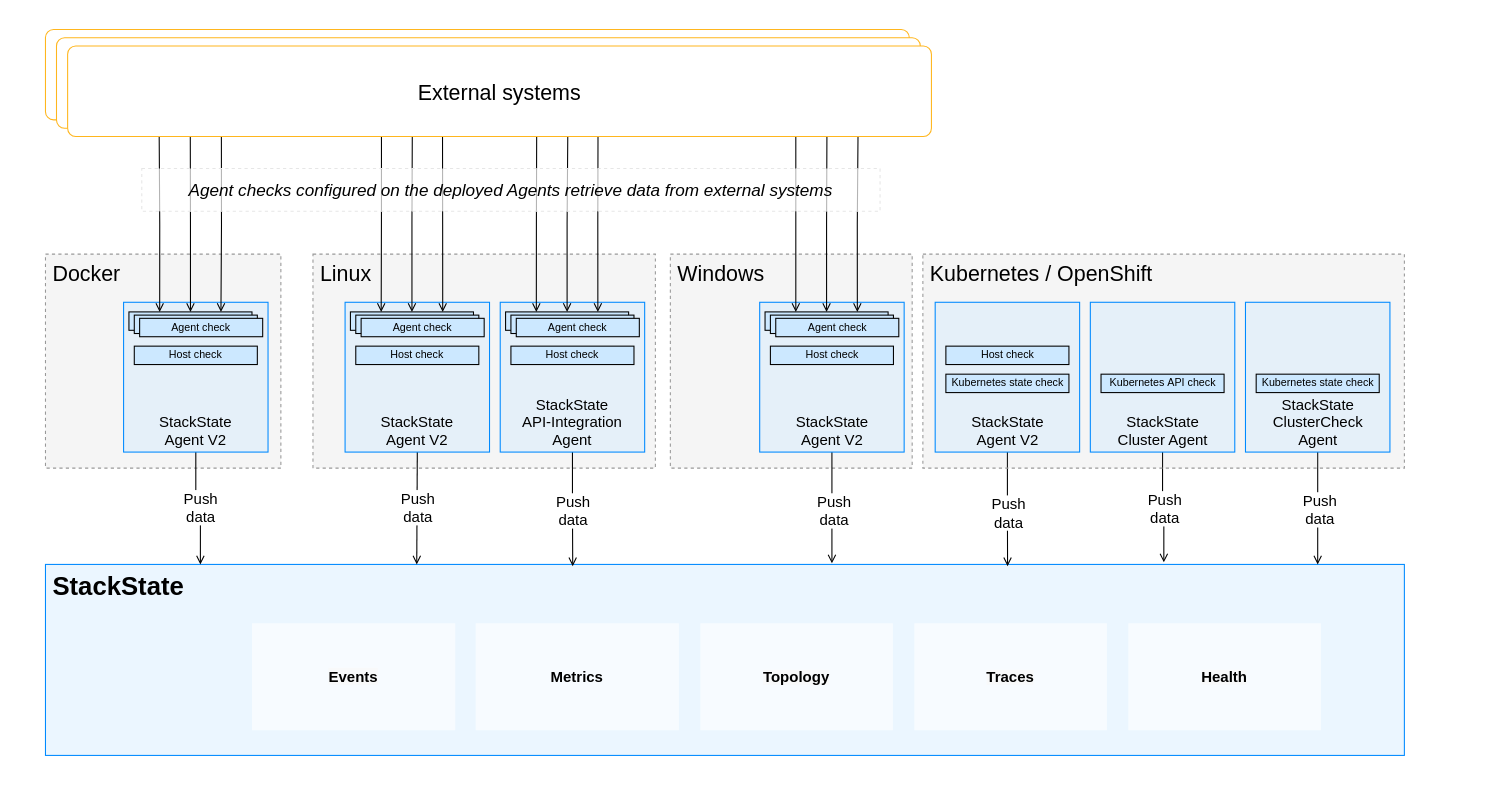
This is resources/drawio/stackstate-agent-concept.drawio from StackVista/stackstate-docs, a draw.io file, before an edit. Source tidied: cells renumbered, new cells numbered last; positions are measured from the earlier drawing's top-left corner, leaving out a move shared by most shapes. Both pictures are drawn from the tidied source at 107%, with x=0, y=0 at pixel (18, 18).
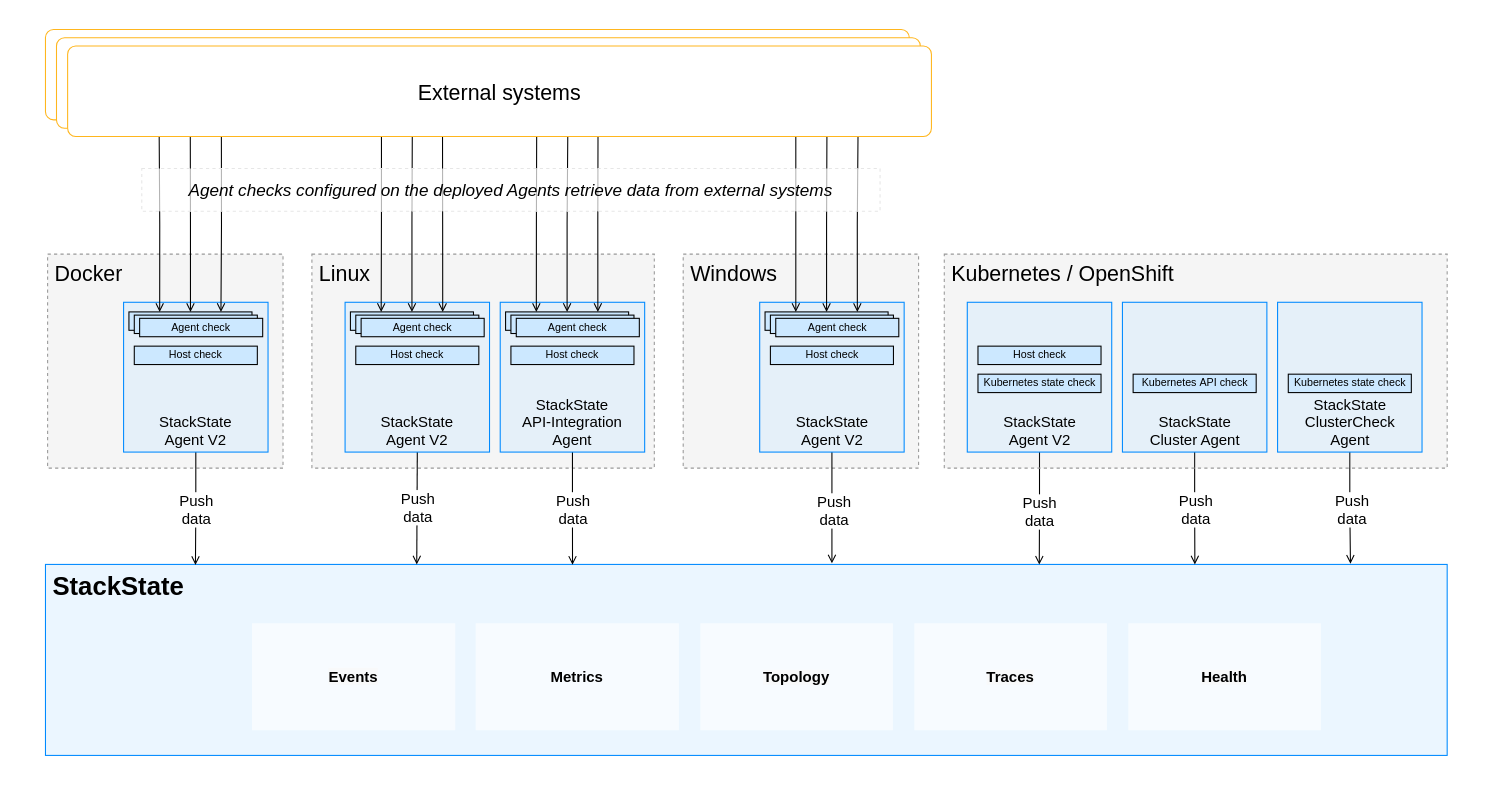
After the change.

The change refers to these unchanged cells:
```xml
<mxCell id="23" value="&lt;span style=&quot;font-size: 14px ; font-style: normal&quot;&gt;StackState&lt;br&gt;API-Integration Agent&lt;/span&gt;" style="rounded=0;whiteSpace=wrap;html=1;strokeWidth=1;strokeColor=#008AFF;fontStyle=2;fillColor=#CCE8FF;fillOpacity=40;verticalAlign=bottom;" parent="1" vertex="1">
  <mxGeometry x="450" y="265" width="135" height="140" as="geometry" />
</mxCell>
<mxCell id="26" value="&lt;span style=&quot;font-style: normal&quot;&gt;&lt;font style=&quot;font-size: 14px&quot;&gt;StackState&lt;br&gt;Agent V2&lt;/font&gt;&lt;/span&gt;" style="rounded=0;whiteSpace=wrap;html=1;strokeWidth=1;strokeColor=#008AFF;fontStyle=2;fillColor=#CCE8FF;fillOpacity=40;verticalAlign=bottom;" parent="1" vertex="1">
  <mxGeometry x="98" y="265" width="135" height="140" as="geometry" />
</mxCell>
```

What changed in the source:
```diff
@@
     <mxCell id="2" style="shape=ext;double=1;rounded=0;whiteSpace=wrap;html=1;strokeWidth=1;fillColor=#FFFFFF;strokeColor=none;" parent="1" vertex="1">
-      <mxGeometry width="1315" height="720" as="geometry" />
+      <mxGeometry width="1365" height="720" as="geometry" />
     </mxCell>
     <mxCell id="3" value="&lt;span style=&quot;font-style: normal&quot;&gt;&lt;font style=&quot;font-size: 24px&quot;&gt;&lt;b&gt;StackState&lt;/b&gt;&lt;/font&gt;&lt;br&gt;&lt;/span&gt;" style="rounded=0;whiteSpace=wrap;html=1;strokeWidth=1;strokeColor=#008AFF;fontStyle=2;fillColor=#CCE8FF;fillOpacity=40;verticalAlign=top;align=left;snapToPoint=0;labelPadding=0;spacingLeft=5;" parent="1" vertex="1">
-      <mxGeometry x="25" y="510" width="1270" height="178.5" as="geometry" />
+      <mxGeometry x="25" y="510" width="1310" height="178.5" as="geometry" />
     </mxCell>
@@
     <mxCell id="12" value="&lt;font style=&quot;font-size: 20px&quot;&gt;Docker&lt;/font&gt;" style="rounded=0;whiteSpace=wrap;html=1;align=left;arcSize=9;verticalAlign=top;strokeColor=#999999;dashed=1;fillColor=#999999;fillOpacity=10;spacingTop=0;spacingLeft=5;" parent="1" vertex="1">
-      <mxGeometry x="25" y="220" width="220" height="200" as="geometry" />
+      <mxGeometry x="27" y="220" width="220" height="200" as="geometry" />
     </mxCell>
     <mxCell id="13" value="&lt;font style=&quot;font-size: 20px&quot;&gt;Linux&lt;/font&gt;" style="rounded=0;whiteSpace=wrap;html=1;align=left;arcSize=9;verticalAlign=top;strokeColor=#999999;dashed=1;fillColor=#999999;fillOpacity=10;spacingTop=0;spacingLeft=5;" parent="1" vertex="1">
-      <mxGeometry x="275" y="220" width="320" height="200" as="geometry" />
+      <mxGeometry x="274" y="220" width="320" height="200" as="geometry" />
     </mxCell>
     <mxCell id="14" value="&lt;font style=&quot;font-size: 20px&quot;&gt;Windows&lt;/font&gt;" style="rounded=0;whiteSpace=wrap;html=1;align=left;arcSize=9;verticalAlign=top;strokeColor=#999999;dashed=1;fillColor=#999999;fillOpacity=10;spacingTop=0;spacingLeft=5;" parent="1" vertex="1">
-      <mxGeometry x="609" y="220" width="226" height="200" as="geometry" />
+      <mxGeometry x="621" y="220" width="220" height="200" as="geometry" />
     </mxCell>
@@
-    <mxCell id="21" style="edgeStyle=orthogonalEdgeStyle;rounded=0;jettySize=auto;html=1;entryX=0.388;entryY=0.009;entryDx=0;entryDy=0;entryPerimeter=0;endArrow=open;endFill=0;" parent="1" edge="1" source="23" target="3">
+    <mxCell id="21" style="edgeStyle=orthogonalEdgeStyle;rounded=0;jettySize=auto;html=1;entryX=0.376;entryY=0.002;entryDx=0;entryDy=0;entryPerimeter=0;endArrow=open;endFill=0;" parent="1" edge="1" source="23" target="3">
       <mxGeometry relative="1" as="geometry" />
     </mxCell>
@@
-    <mxCell id="24" style="edgeStyle=orthogonalEdgeStyle;rounded=0;jettySize=auto;html=1;entryX=0.114;entryY=0;entryDx=0;entryDy=0;entryPerimeter=0;endArrow=open;endFill=0;" parent="1" edge="1" source="26" target="3">
+    <mxCell id="24" style="edgeStyle=orthogonalEdgeStyle;rounded=0;jettySize=auto;html=1;endArrow=open;endFill=0;entryX=0.107;entryY=0.003;entryDx=0;entryDy=0;entryPerimeter=0;" parent="1" edge="1" source="26" target="3">
       <mxGeometry relative="1" as="geometry" />
     </mxCell>
@@
-    <mxCell id="27" style="edgeStyle=orthogonalEdgeStyle;rounded=0;jettySize=auto;html=1;entryX=0.708;entryY=0.009;entryDx=0;entryDy=0;entryPerimeter=0;endArrow=open;endFill=0;" parent="1" edge="1" source="47" target="3">
+    <mxCell id="27" style="edgeStyle=orthogonalEdgeStyle;rounded=0;jettySize=auto;html=1;entryX=0.709;entryY=0.001;entryDx=0;entryDy=0;entryPerimeter=0;endArrow=open;endFill=0;" parent="1" edge="1" source="47" target="3">
       <mxGeometry relative="1" as="geometry" />
     </mxCell>
@@
-    <mxCell id="29" style="edgeStyle=orthogonalEdgeStyle;rounded=0;jettySize=auto;html=1;exitX=0.5;exitY=1;exitDx=0;exitDy=0;entryX=0.823;entryY=-0.011;entryDx=0;entryDy=0;entryPerimeter=0;endArrow=open;endFill=0;" parent="1" edge="1" source="48" target="3">
+    <mxCell id="29" style="edgeStyle=orthogonalEdgeStyle;rounded=0;jettySize=auto;html=1;exitX=0.5;exitY=1;exitDx=0;exitDy=0;entryX=0.82;entryY=0;entryDx=0;entryDy=0;entryPerimeter=0;endArrow=open;endFill=0;" parent="1" edge="1" source="48" target="3">
       <mxGeometry relative="1" as="geometry" />
     </mxCell>
@@
-    <mxCell id="31" style="edgeStyle=orthogonalEdgeStyle;rounded=0;jettySize=auto;html=1;endArrow=open;endFill=0;" parent="1" edge="1" source="49">
-      <mxGeometry relative="1" as="geometry">
-        <mxPoint x="1214" y="510" as="targetPoint" />
-      </mxGeometry>
+    <mxCell id="31" style="edgeStyle=orthogonalEdgeStyle;rounded=0;jettySize=auto;html=1;endArrow=open;endFill=0;entryX=0.931;entryY=-0.004;entryDx=0;entryDy=0;entryPerimeter=0;" parent="1" edge="1" source="49" target="3">
+      <mxGeometry relative="1" as="geometry" />
     </mxCell>
@@
     <mxCell id="33" value="&lt;font style=&quot;font-size: 20px&quot;&gt;Kubernetes / OpenShift&lt;/font&gt;" style="rounded=0;whiteSpace=wrap;html=1;align=left;arcSize=9;verticalAlign=top;strokeColor=#999999;dashed=1;fillColor=#999999;fillOpacity=10;spacingTop=0;spacingLeft=5;" parent="1" vertex="1">
-      <mxGeometry x="845" y="220" width="450" height="200" as="geometry" />
+      <mxGeometry x="865" y="220" width="470" height="200" as="geometry" />
     </mxCell>
@@
     <mxCell id="47" value="&lt;span style=&quot;font-style: normal&quot;&gt;&lt;font style=&quot;font-size: 14px&quot;&gt;StackState&lt;br&gt;Agent V2&lt;/font&gt;&lt;/span&gt;" style="rounded=0;whiteSpace=wrap;html=1;strokeWidth=1;strokeColor=#008AFF;fontStyle=2;fillColor=#CCE8FF;fillOpacity=40;verticalAlign=bottom;" parent="1" vertex="1">
-      <mxGeometry x="856.5" y="265" width="135" height="140" as="geometry" />
+      <mxGeometry x="886.5" y="265" width="135" height="140" as="geometry" />
     </mxCell>
     <mxCell id="48" value="&lt;span style=&quot;font-style: normal&quot;&gt;&lt;font style=&quot;font-size: 14px&quot;&gt;StackState&lt;br&gt;Cluster Agent&lt;/font&gt;&lt;/span&gt;" style="rounded=0;whiteSpace=wrap;html=1;strokeWidth=1;strokeColor=#008AFF;fontStyle=2;fillColor=#CCE8FF;fillOpacity=40;verticalAlign=bottom;" parent="1" vertex="1">
-      <mxGeometry x="1001.5" y="265" width="135" height="140" as="geometry" />
+      <mxGeometry x="1031.5" y="265" width="135" height="140" as="geometry" />
     </mxCell>
     <mxCell id="49" value="&lt;span style=&quot;font-style: normal&quot;&gt;&lt;font style=&quot;font-size: 14px&quot;&gt;StackState&lt;br&gt;ClusterCheck&lt;br&gt;Agent&lt;br&gt;&lt;/font&gt;&lt;/span&gt;" style="rounded=0;whiteSpace=wrap;html=1;strokeWidth=1;strokeColor=#008AFF;fontStyle=2;fillColor=#CCE8FF;fillOpacity=40;verticalAlign=bottom;" parent="1" vertex="1">
-      <mxGeometry x="1146.5" y="265" width="135" height="140" as="geometry" />
+      <mxGeometry x="1176.5" y="265" width="135" height="140" as="geometry" />
     </mxCell>
     <mxCell id="50" value="&lt;font style=&quot;font-size: 10px ; font-style: normal&quot;&gt;Host&amp;nbsp;&lt;/font&gt;&lt;span style=&quot;font-size: 10px ; font-style: normal&quot;&gt;check&lt;/span&gt;" style="rounded=0;whiteSpace=wrap;html=1;strokeWidth=1;fontStyle=2;fillColor=#CCE8FF;fillOpacity=100;verticalAlign=bottom;" parent="1" vertex="1">
-      <mxGeometry x="866.5" y="306" width="115" height="17.2" as="geometry" />
+      <mxGeometry x="896.5" y="306" width="115" height="17.2" as="geometry" />
     </mxCell>
     <mxCell id="51" value="&lt;span style=&quot;font-style: normal&quot;&gt;&lt;font style=&quot;font-size: 10px&quot;&gt;Kubernetes state check&lt;/font&gt;&lt;/span&gt;" style="rounded=0;whiteSpace=wrap;html=1;strokeWidth=1;fontStyle=2;fillColor=#CCE8FF;fillOpacity=100;verticalAlign=bottom;" parent="1" vertex="1">
-      <mxGeometry x="866.5" y="332.2" width="115" height="17.2" as="geometry" />
+      <mxGeometry x="896.5" y="332.2" width="115" height="17.2" as="geometry" />
     </mxCell>
     <mxCell id="52" value="&lt;span style=&quot;font-size: 10px ; font-style: normal&quot;&gt;Kubernetes state check&lt;/span&gt;" style="rounded=0;whiteSpace=wrap;html=1;strokeWidth=1;fontStyle=2;fillColor=#CCE8FF;fillOpacity=100;verticalAlign=bottom;" parent="1" vertex="1">
-      <mxGeometry x="1156.5" y="332.2" width="115" height="17.2" as="geometry" />
+      <mxGeometry x="1186.5" y="332.2" width="115" height="17.2" as="geometry" />
     </mxCell>
@@
     <mxCell id="73" value="&lt;font style=&quot;font-size: 10px ; font-style: normal&quot;&gt;Kubernetes&lt;/font&gt;&lt;span style=&quot;font-size: 10px ; font-style: normal&quot;&gt;&amp;nbsp;API check&lt;/span&gt;" style="rounded=0;whiteSpace=wrap;html=1;strokeWidth=1;fontStyle=2;fillColor=#CCE8FF;fillOpacity=100;verticalAlign=bottom;" parent="1" vertex="1">
-      <mxGeometry x="1011.5" y="332.2" width="115" height="17.2" as="geometry" />
+      <mxGeometry x="1041.5" y="332.2" width="115" height="17.2" as="geometry" />
     </mxCell>
```
